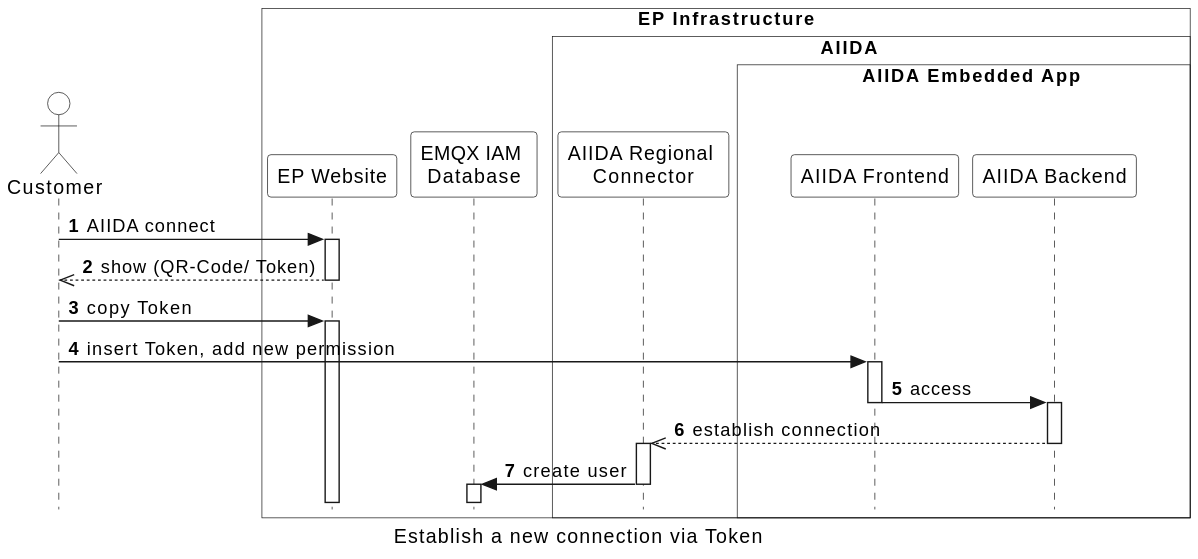
Earlier version of the PlantUML export arc42/aiida/runtime-view/figures/aiida_new_connection_token.svg (eddie-energy/architecture). Its diagram source:
```plantuml
@startuml
caption Establish a new connection via Token

skinparam style strictuml
skinparam sequence {
  ParticipantBackgroundColor transparent
  ActorBackgroundColor transparent
}

autonumber
!pragma teoz true

actor "Customer" as user
box "EP Infrastructure" #transparent
  participant "EP Website" as website
  participant "EMQX IAM \nDatabase" as database
    box "\tAIIDA\t\t"  #transparent
    participant "AIIDA Regional \nConnector" as connector
      box "\t\tAIIDA Embedded App\t\t"  #transparent
      participant "AIIDA Frontend" as frontend
      participant "AIIDA Backend" as backend
    end box
  end box
end box

user -> website : AIIDA connect
activate website

  website -->> user : show (QR-Code/ Token)
deactivate website

user -> website : copy Token
activate website
  user -> frontend : insert Token, add new permission
  activate frontend
      frontend -> backend : access
           activate backend
           deactivate frontend
    backend  -->> connector : establish connection


     deactivate backend

    activate connector
    connector -> database : create user
    deactivate connector
    activate database
    deactivate database

deactivate website
@enduml
```
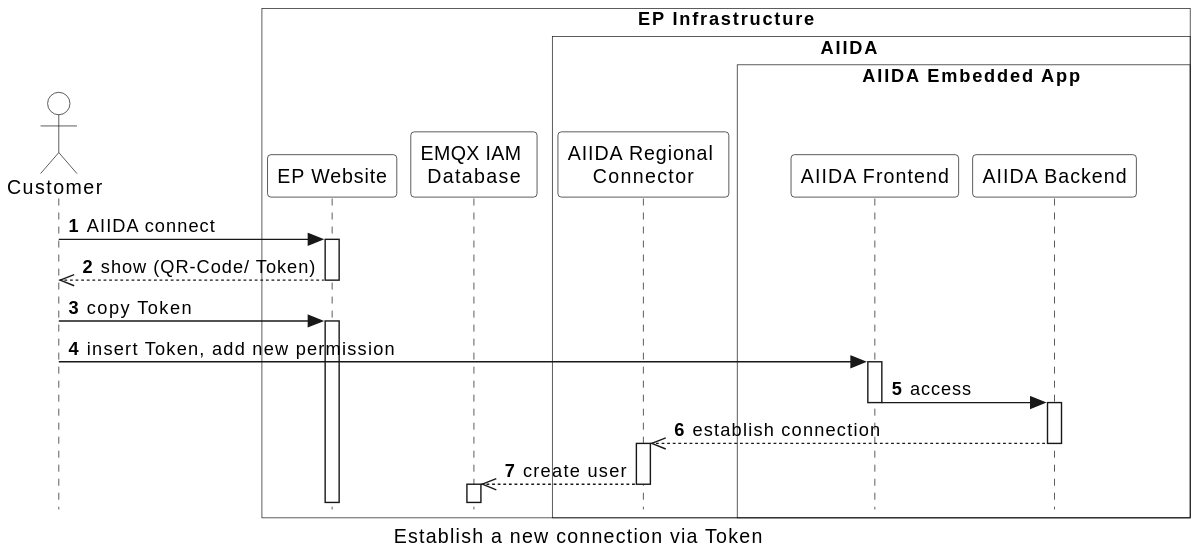
After the commit.

Change to the diagram source:
```diff
@@ -42,7 +42,7 @@
      deactivate backend
 
     activate connector
-    connector -> database : create user
+    connector -->> database : create user
     deactivate connector
     activate database
     deactivate database
```
